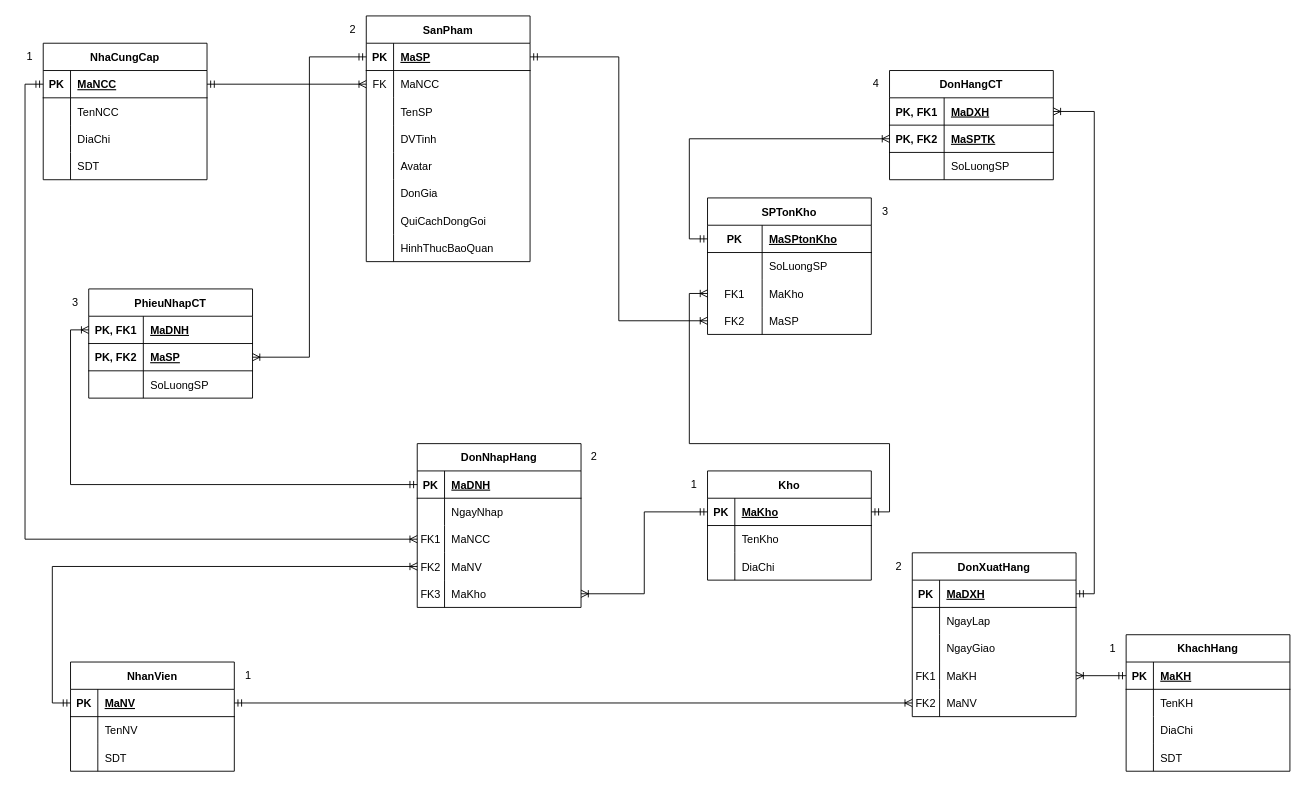
The draw.io diagram page "Page-2" (2 of 2) of result/erdKhaiNiem.drawio in vakhoa4875/xuongThucHanh, before the edit. Source tidied: cells renumbered, new cells numbered last; positions are measured from the earlier drawing's top-left corner, leaving out a move shared by most shapes. Both pictures are drawn from the tidied source at 91%, with x=0, y=0 at pixel (15, 15).
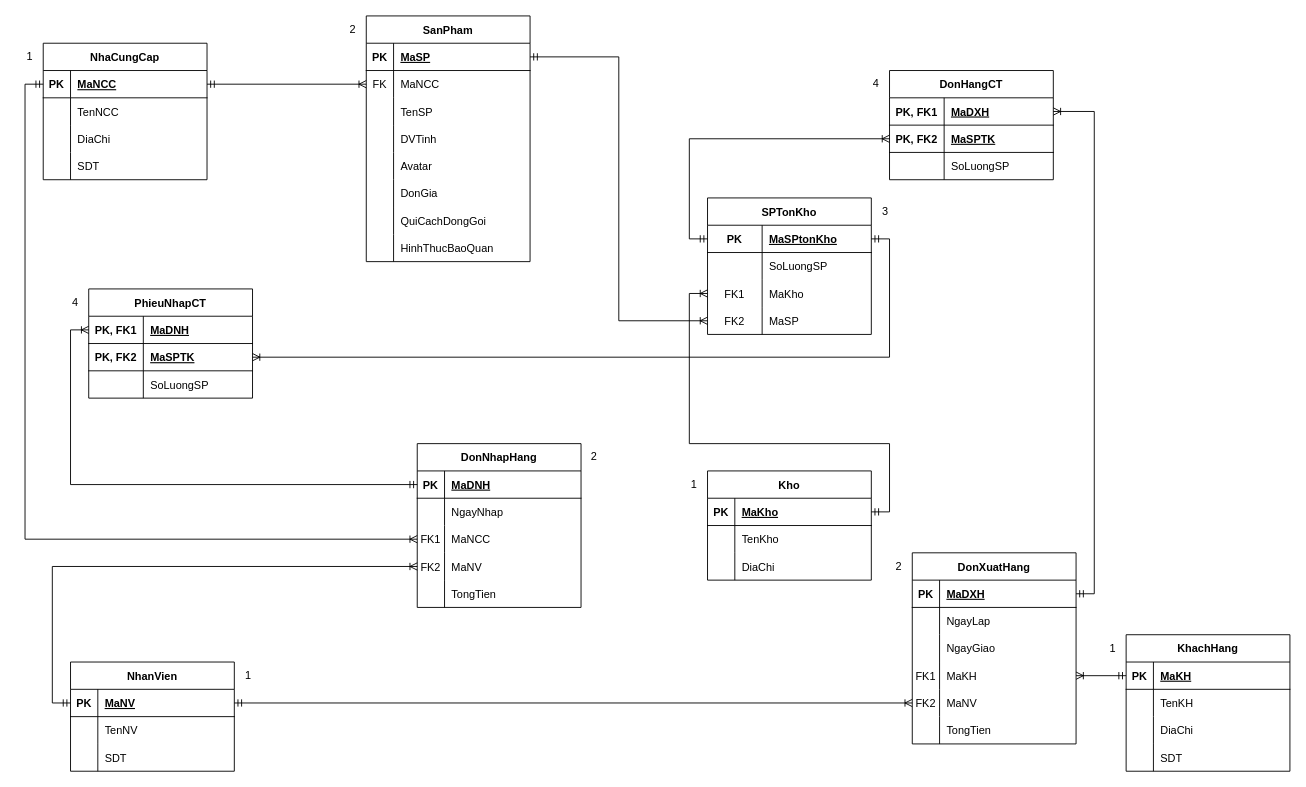
Above is the later version.

The change refers to these unchanged cells:
```xml
<mxCell id="16" style="shape=tableRow;horizontal=0;startSize=0;swimlaneHead=0;swimlaneBody=0;fillColor=none;points=[[0,0.5],[1,0.5]];portConstraint=eastwest;top=0;left=0;right=0;bottom=1;" parent="15" vertex="1">
  <mxGeometry y="30" width="180" height="30" as="geometry" />
</mxCell>
<mxCell id="40" value="DonNhapHang" style="shape=table;startSize=30;childLayout=tableLayout;rowLines=0;fontStyle=1;align=center;" parent="1" vertex="1">
  <mxGeometry x="441" y="470" width="180" height="180" as="geometry" />
</mxCell>
<mxCell id="67" style="shape=tableRow;horizontal=0;startSize=0;swimlaneHead=0;swimlaneBody=0;fillColor=none;points=[[0,0.5],[1,0.5]];portConstraint=eastwest;top=0;left=0;right=0;bottom=1;" parent="66" vertex="1">
  <mxGeometry y="30" width="180" height="30" as="geometry" />
</mxCell>
<mxCell id="109" style="shape=tableRow;horizontal=0;startSize=0;swimlaneHead=0;swimlaneBody=0;fillColor=none;points=[[0,0.5],[1,0.5]];portConstraint=eastwest;top=0;left=0;right=0;bottom=1;" parent="105" vertex="1">
  <mxGeometry y="60" width="180" height="30" as="geometry" />
</mxCell>
<mxCell id="126" style="shape=tableRow;horizontal=0;startSize=0;swimlaneHead=0;swimlaneBody=0;fillColor=none;points=[[0,0.5],[1,0.5]];portConstraint=eastwest;top=0;left=0;right=0;bottom=1;" parent="125" vertex="1">
  <mxGeometry y="30" width="180" height="30" as="geometry" />
</mxCell>
```

Diff of the diagram source:
```diff
@@
-    <mxCell id="53" style="shape=tableRow;horizontal=0;startSize=0;swimlaneHead=0;swimlaneBody=0;fillColor=none;points=[[0,0.5],[1,0.5]];portConstraint=eastwest;top=0;left=0;right=0;bottom=0;" parent="40" vertex="1">
-      <mxGeometry y="150" width="180" height="30" as="geometry" />
-    </mxCell>
-    <mxCell id="54" value="FK3" style="shape=partialRectangle;fillColor=none;top=0;left=0;bottom=0;right=0;overflow=hidden;" parent="53" vertex="1">
-      <mxGeometry width="30" height="30" as="geometry" />
-    </mxCell>
-    <mxCell id="55" value="MaKho" style="shape=partialRectangle;fillColor=none;top=0;left=0;bottom=0;right=0;align=left;spacingLeft=6;overflow=hidden;" parent="53" vertex="1">
-      <mxGeometry x="30" width="150" height="30" as="geometry" />
-    </mxCell>
+    <mxCell id="160" style="shape=tableRow;horizontal=0;startSize=0;swimlaneHead=0;swimlaneBody=0;fillColor=none;top=0;left=0;right=0;bottom=0;strokeColor=#a22f2f;fontColor=#FF0000;" parent="40" vertex="1">
+      <mxGeometry y="150" width="180" height="30" as="geometry" />
+    </mxCell>
+    <mxCell id="161" style="shape=partialRectangle;fillColor=none;top=0;left=0;bottom=0;right=0;overflow=hidden;" parent="160" vertex="1">
+      <mxGeometry width="30" height="30" as="geometry" />
+    </mxCell>
+    <mxCell id="162" value="TongTien" style="shape=partialRectangle;fillColor=none;top=0;left=0;bottom=0;right=0;align=left;spacingLeft=6;overflow=hidden;" parent="160" vertex="1">
+      <mxGeometry x="30" width="150" height="30" as="geometry" />
+    </mxCell>
@@
     <mxCell id="89" value="DonXuatHang" style="shape=table;startSize=30;childLayout=tableLayout;rowLines=0;fontStyle=1;align=center;" parent="1" vertex="1">
-      <mxGeometry x="985" y="590" width="180" height="180" as="geometry" />
+      <mxGeometry x="985" y="590" width="180" height="210" as="geometry" />
     </mxCell>
@@
+    <mxCell id="163" style="shape=tableRow;horizontal=0;startSize=0;swimlaneHead=0;swimlaneBody=0;fillColor=none;top=0;left=0;right=0;bottom=0;" parent="89" vertex="1">
+      <mxGeometry y="180" width="180" height="30" as="geometry" />
+    </mxCell>
+    <mxCell id="164" style="shape=partialRectangle;fillColor=none;top=0;left=0;bottom=0;right=0;overflow=hidden;" parent="163" vertex="1">
+      <mxGeometry width="30" height="30" as="geometry" />
+    </mxCell>
+    <mxCell id="165" value="TongTien" style="shape=partialRectangle;fillColor=none;top=0;left=0;bottom=0;right=0;align=left;spacingLeft=6;overflow=hidden;" parent="163" vertex="1">
+      <mxGeometry x="30" width="150" height="30" as="geometry" />
+    </mxCell>
@@
-    <mxCell id="111" value="MaSP" style="shape=partialRectangle;fillColor=none;top=0;left=0;bottom=0;right=0;align=left;spacingLeft=6;fontStyle=5;overflow=hidden;" parent="109" vertex="1">
+    <mxCell id="111" value="MaSPTK" style="shape=partialRectangle;fillColor=none;top=0;left=0;bottom=0;right=0;align=left;spacingLeft=6;fontStyle=5;overflow=hidden;" parent="109" vertex="1">
       <mxGeometry x="60" width="120" height="30" as="geometry" />
     </mxCell>
@@
-    <mxCell id="157" value="3" style="text;html=1;align=center;verticalAlign=middle;strokeColor=none;fillColor=none;" parent="1" vertex="1">
+    <mxCell id="157" value="4" style="text;html=1;align=center;verticalAlign=middle;strokeColor=none;fillColor=none;" parent="1" vertex="1">
       <mxGeometry x="50" y="300" width="30" height="30" as="geometry" />
     </mxCell>
-    <mxCell id="158" style="edgeStyle=orthogonalEdgeStyle;rounded=0;jettySize=auto;html=1;entryX=1;entryY=0.5;entryDx=0;entryDy=0;startArrow=ERmandOne;startFill=0;endArrow=ERoneToMany;endFill=0;" parent="1" edge="1" source="67" target="53">
-      <mxGeometry relative="1" as="geometry" />
-    </mxCell>
-    <mxCell id="159" style="edgeStyle=orthogonalEdgeStyle;rounded=0;jettySize=auto;html=1;exitX=0;exitY=0.5;exitDx=0;exitDy=0;entryX=1;entryY=0.5;entryDx=0;entryDy=0;startArrow=ERmandOne;startFill=0;endArrow=ERoneToMany;endFill=0;" parent="1" edge="1" source="16" target="109">
+    <mxCell id="159" style="edgeStyle=orthogonalEdgeStyle;rounded=0;jettySize=auto;html=1;exitX=1;exitY=0.5;exitDx=0;exitDy=0;entryX=1;entryY=0.5;entryDx=0;entryDy=0;startArrow=ERmandOne;startFill=0;endArrow=ERoneToMany;endFill=0;" parent="1" edge="1" source="126" target="109">
       <mxGeometry relative="1" as="geometry" />
     </mxCell>
```
